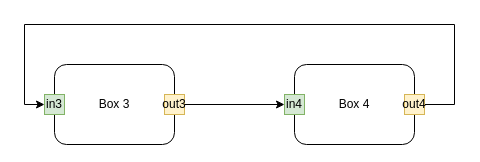
Earlier version of the draw.io diagram page "301" (3 of 5) of simple.drawio (guitarvydas/transpiling-diagrams). Source tidied: cells renumbered, new cells numbered last; positions are measured from the earlier drawing's top-left corner, leaving out a move shared by most shapes. Both pictures are drawn from the tidied source at 100%, with x=0, y=0 at pixel (24, 24).
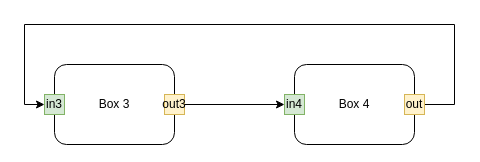
Above is the later version.

Commit message (it also covers changes not shown here):
wip: saving diagram101.xml, etc.

Diff of the diagram source:
```diff
@@
 <mxGraphModel>
   <root>
     <mxCell id="0" />
     <mxCell id="1" parent="0" />
     <mxCell id="2" value="Box 3" style="rounded=1;whiteSpace=wrap;html=1;align=center;" parent="1" vertex="1">
       <mxGeometry x="30" y="40" width="120" height="80" as="geometry" />
     </mxCell>
     <mxCell id="3" style="edgeStyle=orthogonalEdgeStyle;rounded=0;jettySize=auto;html=1;entryX=0;entryY=0.5;entryDx=0;entryDy=0;exitX=1;exitY=0.5;exitDx=0;exitDy=0;" parent="1" edge="1" source="7" target="9">
       <mxGeometry relative="1" as="geometry">
         <Array as="points">
           <mxPoint x="430" y="80" />
           <mxPoint x="430" />
           <mxPoint />
           <mxPoint y="80" />
         </Array>
       </mxGeometry>
     </mxCell>
     <mxCell id="4" value="Box 4" style="rounded=1;whiteSpace=wrap;html=1;align=center;" parent="1" vertex="1">
       <mxGeometry x="270" y="40" width="120" height="80" as="geometry" />
     </mxCell>
     <mxCell id="5" style="edgeStyle=orthogonalEdgeStyle;rounded=0;jettySize=auto;html=1;exitX=1;exitY=0.5;exitDx=0;exitDy=0;entryX=0;entryY=0.5;entryDx=0;entryDy=0;" parent="1" edge="1" source="6" target="8">
       <mxGeometry relative="1" as="geometry" />
     </mxCell>
     <mxCell id="6" value="out3" style="whiteSpace=wrap;html=1;fillColor=#fff2cc;strokeColor=#d6b656;" parent="1" vertex="1">
       <mxGeometry x="140" y="70" width="20" height="20" as="geometry" />
     </mxCell>
-    <mxCell id="7" value="out4" style="whiteSpace=wrap;html=1;fillColor=#fff2cc;strokeColor=#d6b656;" parent="1" vertex="1">
+    <mxCell id="7" value="out" style="whiteSpace=wrap;html=1;fillColor=#fff2cc;strokeColor=#d6b656;" parent="1" vertex="1">
       <mxGeometry x="380" y="70" width="20" height="20" as="geometry" />
     </mxCell>
     <mxCell id="8" value="in4" style="whiteSpace=wrap;html=1;fillColor=#d5e8d4;strokeColor=#82b366;" parent="1" vertex="1">
       <mxGeometry x="260" y="70" width="20" height="20" as="geometry" />
     </mxCell>
     <mxCell id="9" value="in3" style="whiteSpace=wrap;html=1;fillColor=#d5e8d4;strokeColor=#82b366;" parent="1" vertex="1">
       <mxGeometry x="20" y="70" width="20" height="20" as="geometry" />
     </mxCell>
   </root>
 </mxGraphModel>
```
